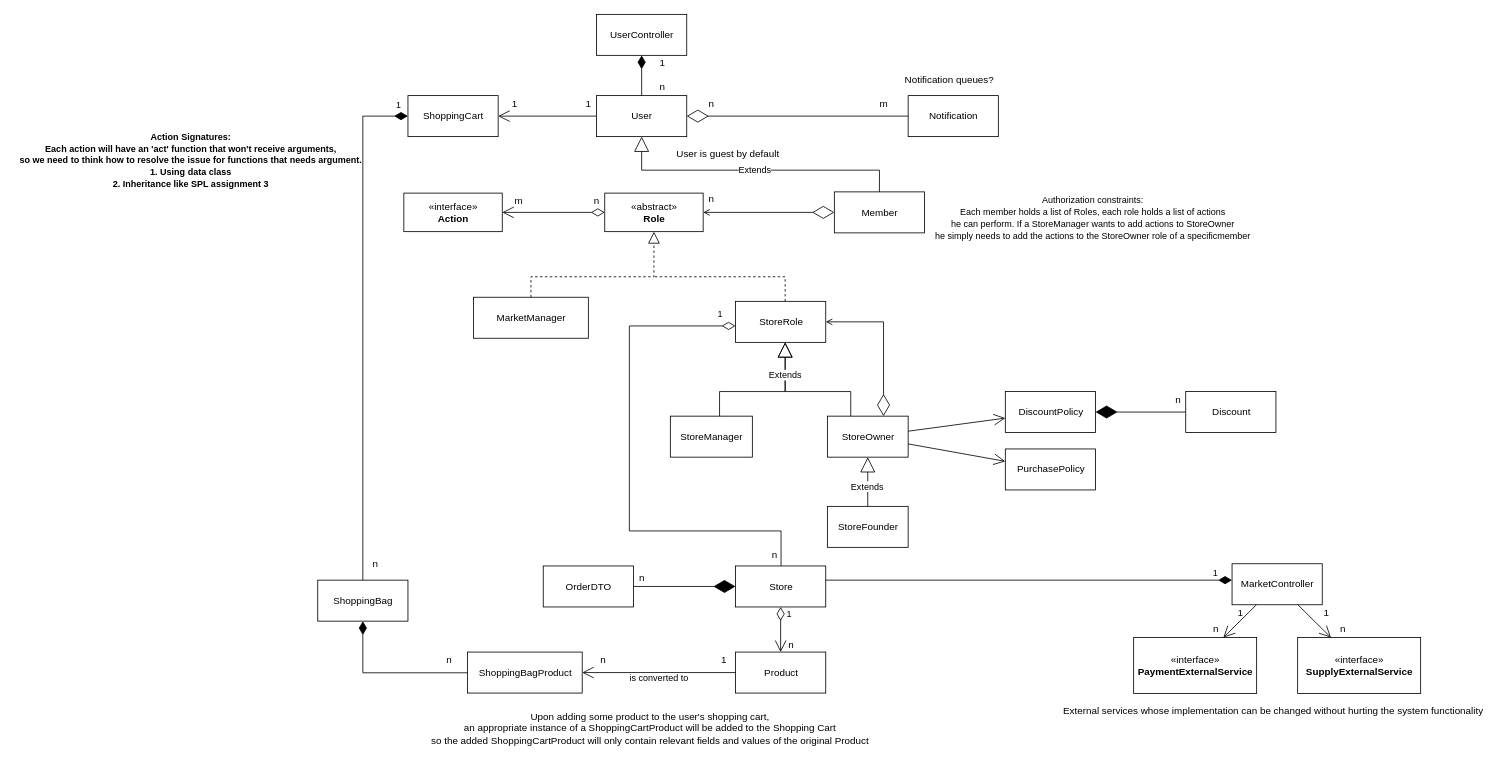
This is page "White Diagram" (1 of 2) of Workshop.drawio from itaitzruia4/Workshop, a draw.io file, before an edit. Source tidied: cells renumbered, new cells numbered last; positions are measured from the earlier drawing's top-left corner, leaving out a move shared by most shapes. Both pictures are drawn from the tidied source at 82%, with x=0, y=0 at pixel (14, 14).
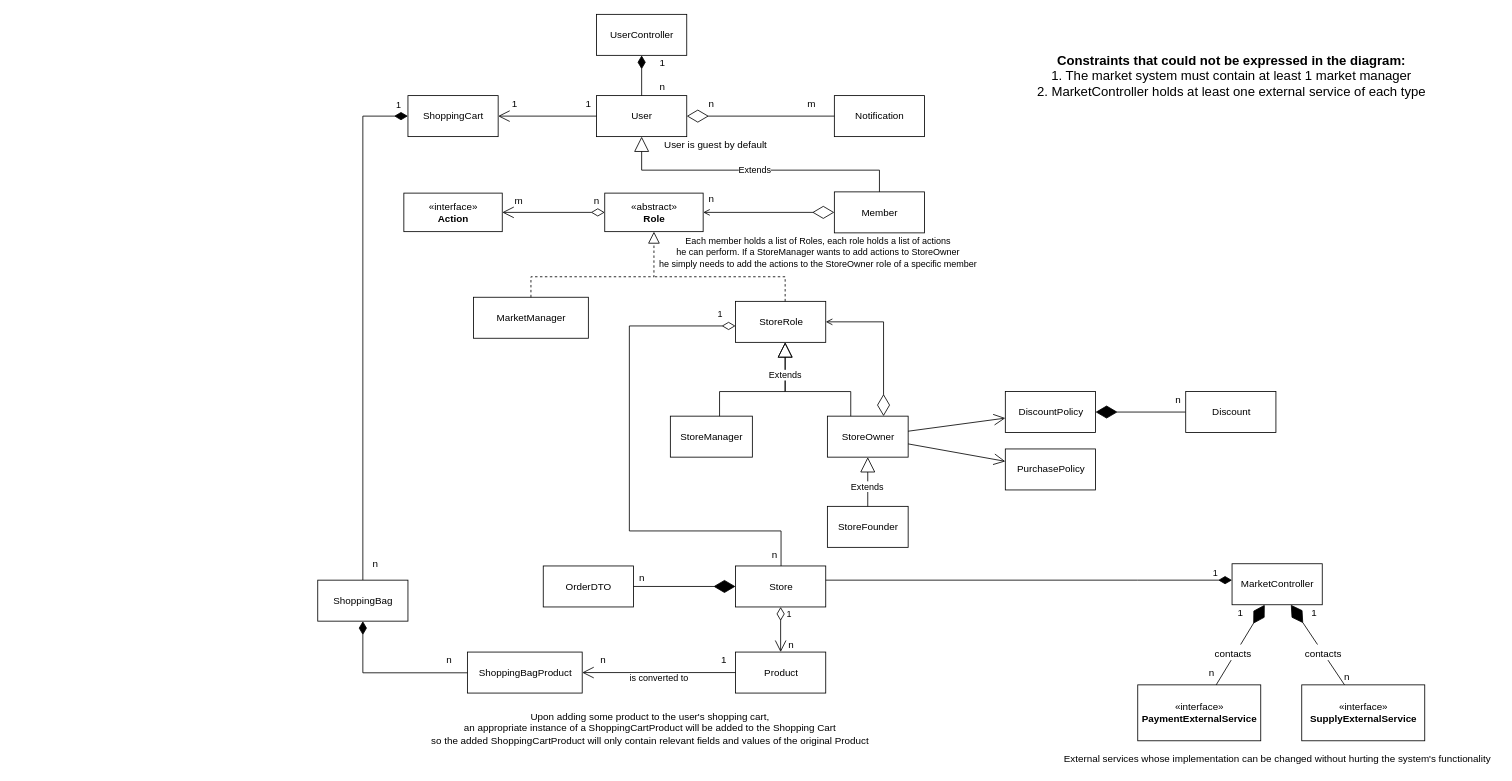
After the change.

Commit message:
added constraints list

The change refers to these unchanged cells:
```xml
<mxCell id="6" value="MarketController" style="html=1;" parent="1" vertex="1">
  <mxGeometry x="1485" y="670" width="110" height="50" as="geometry" />
</mxCell>
```

What changed in the source:
```diff
@@
     <mxCell id="2" value="«interface»&lt;br&gt;&lt;b&gt;PaymentExternalService&lt;/b&gt;" style="html=1;" parent="1" vertex="1">
-      <mxGeometry x="1365" y="760" width="150" height="68.2" as="geometry" />
+      <mxGeometry x="1370" y="817.7" width="150" height="68.2" as="geometry" />
     </mxCell>
     <mxCell id="3" value="«interface»&lt;br&gt;&lt;b&gt;SupplyExternalService&lt;/b&gt;" style="html=1;" parent="1" vertex="1">
-      <mxGeometry x="1565" y="760" width="150" height="68.2" as="geometry" />
+      <mxGeometry x="1570" y="817.7" width="150" height="68.2" as="geometry" />
     </mxCell>
-    <mxCell id="4" value="External services whose implementation can be changed without hurting the system functionality" style="text;html=1;align=center;verticalAlign=middle;strokeColor=none;fillColor=none;" parent="1" vertex="1">
-      <mxGeometry x="1270" y="840" width="530" height="20" as="geometry" />
+    <mxCell id="4" value="External services whose implementation can be changed without hurting the system's functionality" style="text;html=1;align=center;verticalAlign=middle;strokeColor=none;fillColor=none;" parent="1" vertex="1">
+      <mxGeometry x="1270" y="897.7" width="540" height="20" as="geometry" />
     </mxCell>
@@
     <mxCell id="7" value="Notification" style="html=1;" parent="1" vertex="1">
-      <mxGeometry x="1090" y="99.1" width="110" height="50" as="geometry" />
+      <mxGeometry x="1000" y="99.1" width="110" height="50" as="geometry" />
     </mxCell>
@@
     <mxCell id="11" value="m" style="text;html=1;align=center;verticalAlign=middle;strokeColor=none;fillColor=none;" parent="1" vertex="1">
-      <mxGeometry x="1045" y="99.1" width="30" height="20" as="geometry" />
+      <mxGeometry x="957" y="99.1" width="30" height="20" as="geometry" />
     </mxCell>
-    <mxCell id="12" style="endArrow=open;endFill=1;endSize=12;html=1;rounded=0;" parent="1" edge="1" source="6" target="2">
-      <mxGeometry relative="1" as="geometry" />
-    </mxCell>
-    <mxCell id="13" style="endArrow=open;endFill=1;endSize=12;html=1;rounded=0;" parent="1" edge="1" source="6" target="3">
-      <mxGeometry relative="1" as="geometry" />
-    </mxCell>
@@
     <mxCell id="15" value="n" style="text;html=1;align=center;verticalAlign=middle;strokeColor=none;fillColor=none;" parent="1" vertex="1">
-      <mxGeometry x="1455" y="740" width="20" height="20" as="geometry" />
+      <mxGeometry x="1450" y="792.7" width="20" height="20" as="geometry" />
     </mxCell>
     <mxCell id="16" value="n" style="text;html=1;align=center;verticalAlign=middle;strokeColor=none;fillColor=none;" parent="1" vertex="1">
-      <mxGeometry x="1610" y="740" width="20" height="20" as="geometry" />
+      <mxGeometry x="1615" y="797.7" width="20" height="20" as="geometry" />
     </mxCell>
     <mxCell id="17" value="1" style="text;html=1;align=center;verticalAlign=middle;strokeColor=none;fillColor=none;" parent="1" vertex="1">
-      <mxGeometry x="1590" y="720" width="20" height="20" as="geometry" />
+      <mxGeometry x="1575" y="720" width="20" height="20" as="geometry" />
     </mxCell>
@@
     <mxCell id="43" value="User is guest by default" style="text;html=1;align=center;verticalAlign=middle;strokeColor=none;fillColor=none;" parent="1" vertex="1">
-      <mxGeometry x="800" y="160" width="140" height="20" as="geometry" />
+      <mxGeometry x="785" y="149.1" width="140" height="20" as="geometry" />
     </mxCell>
@@
-    <mxCell id="54" value="&lt;font style=&quot;font-size: 11px&quot;&gt;Authorization constraints:&lt;br&gt;Each member holds a list of Roles, each role holds a list of actions &lt;br&gt;he can perform. If a StoreManager wants to add actions to StoreOwner&lt;br&gt;he simply needs to add the actions to the StoreOwner role of a specificmember&lt;br&gt;&lt;/font&gt;" style="text;html=1;align=center;verticalAlign=middle;strokeColor=none;fillColor=none;" parent="1" vertex="1">
-      <mxGeometry x="1115" y="218" width="400" height="60" as="geometry" />
+    <mxCell id="54" value="&lt;font style=&quot;font-size: 11px&quot;&gt;Each member holds a list of Roles, each role holds a list of actions &lt;br&gt;he can perform. If a StoreManager wants to add actions to StoreOwner&lt;br&gt;he simply needs to add the actions to the StoreOwner role of a specific member&lt;br&gt;&lt;/font&gt;" style="text;html=1;align=center;verticalAlign=middle;strokeColor=none;fillColor=none;" parent="1" vertex="1">
+      <mxGeometry x="780" y="265" width="400" height="50" as="geometry" />
     </mxCell>
-    <mxCell id="55" value="Notification queues?" style="text;html=1;align=center;verticalAlign=middle;strokeColor=none;fillColor=none;" parent="1" vertex="1">
-      <mxGeometry x="1080" y="70" width="120" height="20" as="geometry" />
-    </mxCell>
@@
-    <mxCell id="71" value="&lt;font style=&quot;font-size: 11px&quot;&gt;&lt;b&gt;Action Signatures:&lt;br&gt;Each action will have an 'act' function that won't receive arguments,&lt;br&gt;so we need to think how to resolve the issue for functions that needs argument.&lt;br&gt;1. Using data class&lt;br&gt;2. Inheritance like SPL assignment 3&lt;/b&gt;&lt;br&gt;&lt;/font&gt;" style="text;html=1;align=center;verticalAlign=middle;strokeColor=none;fillColor=none;" parent="1" vertex="1">
-      <mxGeometry y="138" width="430" height="80" as="geometry" />
+    <mxCell id="71" value="&lt;font style=&quot;font-size: 11px&quot;&gt;&lt;br&gt;&lt;/font&gt;" style="text;html=1;align=center;verticalAlign=middle;strokeColor=none;fillColor=none;" parent="1" vertex="1">
+      <mxGeometry x="185" y="149.1" width="20" height="20" as="geometry" />
     </mxCell>
@@
+    <mxCell id="78" style="endArrow=diamondThin;endFill=1;endSize=24;html=1;rounded=0;" parent="1" edge="1" source="2" target="6">
+      <mxGeometry relative="1" as="geometry" />
+    </mxCell>
+    <mxCell id="79" value="&lt;font style=&quot;font-size: 12px&quot;&gt;contacts&lt;/font&gt;" style="edgeLabel;html=1;align=center;verticalAlign=middle;fontSize=16;" parent="78" vertex="1">
+      <mxGeometry x="-0.23" relative="1" as="geometry">
+        <mxPoint x="-3" y="-3" as="offset" />
+      </mxGeometry>
+    </mxCell>
+    <mxCell id="80" style="endArrow=diamondThin;endFill=1;endSize=24;html=1;rounded=0;" parent="1" edge="1" source="3" target="6">
+      <mxGeometry relative="1" as="geometry" />
+    </mxCell>
+    <mxCell id="81" value="&lt;font style=&quot;font-size: 12px&quot;&gt;contacts&lt;/font&gt;" style="edgeLabel;html=1;align=center;verticalAlign=middle;fontSize=16;" parent="80" vertex="1">
+      <mxGeometry x="-0.19" relative="1" as="geometry" />
+    </mxCell>
+    <mxCell id="82" value="&lt;font style=&quot;font-size: 16px&quot;&gt;&lt;b&gt;Constraints that could not be expressed in the diagram:&lt;/b&gt;&lt;br&gt;1. The market system must contain at least 1 market manager&lt;br&gt;2. MarketController holds at least one external service of each type&lt;br&gt;&lt;/font&gt;" style="text;html=1;align=center;verticalAlign=middle;strokeColor=none;fillColor=none;" parent="1" vertex="1">
+      <mxGeometry x="1238.5" y="50" width="490" height="50" as="geometry" />
+    </mxCell>
```
